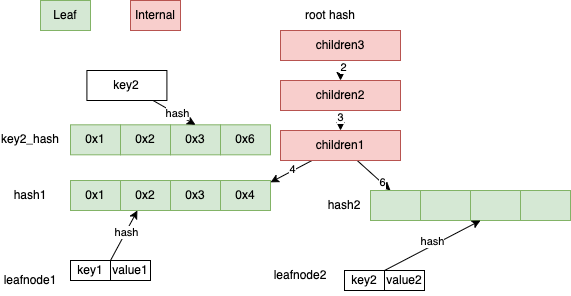
Earlier version of the draw.io export static/img/smt/two_leaf_insert.png (starcoinorg/starcoin-cookbook). Source tidied: cells renumbered, new cells last; positions are measured from the earlier drawing's top-left corner, leaving out a move shared by most shapes. Its diagram source:
```xml
<mxGraphModel>
  <root>
    <mxCell id="0" />
    <mxCell id="1" parent="0" />
    <mxCell id="2" value="0x1" style="rounded=0;whiteSpace=wrap;html=1;fillColor=#d5e8d4;strokeColor=#82b366;" parent="1" vertex="1">
      <mxGeometry x="70" y="180" width="50" height="30" as="geometry" />
    </mxCell>
    <mxCell id="3" style="edgeStyle=none;rounded=0;jettySize=auto;html=1;exitX=0;exitY=0;exitDx=0;exitDy=0;" parent="1" edge="1" source="9" target="5">
      <mxGeometry relative="1" as="geometry" />
    </mxCell>
    <mxCell id="4" value="hash" style="edgeLabel;html=1;align=center;verticalAlign=middle;" parent="3" vertex="1">
      <mxGeometry x="0.12" relative="1" as="geometry" />
    </mxCell>
    <mxCell id="5" value="0x2" style="rounded=0;whiteSpace=wrap;html=1;fillColor=#d5e8d4;strokeColor=#82b366;" parent="1" vertex="1">
      <mxGeometry x="120" y="180" width="50" height="30" as="geometry" />
    </mxCell>
    <mxCell id="6" value="0x3" style="rounded=0;whiteSpace=wrap;html=1;fillColor=#d5e8d4;strokeColor=#82b366;" parent="1" vertex="1">
      <mxGeometry x="170" y="180" width="50" height="30" as="geometry" />
    </mxCell>
    <mxCell id="7" value="0x4" style="rounded=0;whiteSpace=wrap;html=1;fillColor=#d5e8d4;strokeColor=#82b366;" parent="1" vertex="1">
      <mxGeometry x="220" y="180" width="50" height="30" as="geometry" />
    </mxCell>
    <mxCell id="8" value="key1" style="rounded=0;whiteSpace=wrap;html=1;" parent="1" vertex="1">
      <mxGeometry x="70" y="260" width="40" height="20" as="geometry" />
    </mxCell>
    <mxCell id="9" value="value1" style="rounded=0;whiteSpace=wrap;html=1;" parent="1" vertex="1">
      <mxGeometry x="110" y="260" width="40" height="20" as="geometry" />
    </mxCell>
    <mxCell id="10" value="Leaf" style="rounded=0;whiteSpace=wrap;html=1;fillColor=#d5e8d4;strokeColor=#82b366;" parent="1" vertex="1">
      <mxGeometry x="40" width="50" height="30" as="geometry" />
    </mxCell>
    <mxCell id="11" value="Internal" style="rounded=0;whiteSpace=wrap;html=1;fillColor=#f8cecc;strokeColor=#b85450;" parent="1" vertex="1">
      <mxGeometry x="130" width="50" height="30" as="geometry" />
    </mxCell>
    <mxCell id="12" value="key2" style="rounded=0;whiteSpace=wrap;html=1;" parent="1" vertex="1">
      <mxGeometry x="344" y="270" width="40" height="20" as="geometry" />
    </mxCell>
    <mxCell id="13" value="value2" style="rounded=0;whiteSpace=wrap;html=1;" parent="1" vertex="1">
      <mxGeometry x="384" y="270" width="40" height="20" as="geometry" />
    </mxCell>
    <mxCell id="14" style="edgeStyle=none;rounded=0;jettySize=auto;html=1;" parent="1" edge="1" source="18" target="7">
      <mxGeometry relative="1" as="geometry" />
    </mxCell>
    <mxCell id="15" value="4" style="edgeLabel;html=1;align=center;verticalAlign=middle;" parent="14" vertex="1">
      <mxGeometry x="-0.07" y="-2" relative="1" as="geometry" />
    </mxCell>
    <mxCell id="16" style="edgeStyle=none;rounded=0;jettySize=auto;html=1;" parent="1" edge="1" source="18">
      <mxGeometry relative="1" as="geometry">
        <mxPoint x="390" y="190" as="targetPoint" />
      </mxGeometry>
    </mxCell>
    <mxCell id="17" value="6" style="edgeLabel;html=1;align=center;verticalAlign=middle;" parent="16" vertex="1">
      <mxGeometry x="0.2" y="1" relative="1" as="geometry">
        <mxPoint x="4" y="4" as="offset" />
      </mxGeometry>
    </mxCell>
    <mxCell id="18" value="children1" style="rounded=0;whiteSpace=wrap;html=1;fillColor=#f8cecc;strokeColor=#b85450;" parent="1" vertex="1">
      <mxGeometry x="280" y="130" width="120" height="30" as="geometry" />
    </mxCell>
    <mxCell id="19" style="edgeStyle=none;rounded=0;jettySize=auto;html=1;" parent="1" edge="1" source="21" target="18">
      <mxGeometry relative="1" as="geometry" />
    </mxCell>
    <mxCell id="20" value="3" style="edgeLabel;html=1;align=center;verticalAlign=middle;" parent="19" vertex="1">
      <mxGeometry x="-0.4" y="-1" relative="1" as="geometry" />
    </mxCell>
    <mxCell id="21" value="children2" style="rounded=0;whiteSpace=wrap;html=1;fillColor=#f8cecc;strokeColor=#b85450;" parent="1" vertex="1">
      <mxGeometry x="280" y="80" width="120" height="30" as="geometry" />
    </mxCell>
    <mxCell id="22" style="edgeStyle=none;rounded=0;jettySize=auto;html=1;" parent="1" edge="1" source="24" target="21">
      <mxGeometry relative="1" as="geometry" />
    </mxCell>
    <mxCell id="23" value="2" style="edgeLabel;html=1;align=center;verticalAlign=middle;" parent="22" vertex="1">
      <mxGeometry x="-0.4" y="2" relative="1" as="geometry" />
    </mxCell>
    <mxCell id="24" value="children3" style="rounded=0;whiteSpace=wrap;html=1;fillColor=#f8cecc;strokeColor=#b85450;" parent="1" vertex="1">
      <mxGeometry x="280" y="30" width="120" height="30" as="geometry" />
    </mxCell>
    <mxCell id="25" value="leafnode1" style="text;html=1;strokeColor=none;fillColor=none;align=center;verticalAlign=middle;whiteSpace=wrap;rounded=0;" parent="1" vertex="1">
      <mxGeometry y="265" width="60" height="30" as="geometry" />
    </mxCell>
    <mxCell id="26" value="leafnode2" style="text;html=1;strokeColor=none;fillColor=none;align=center;verticalAlign=middle;whiteSpace=wrap;rounded=0;" parent="1" vertex="1">
      <mxGeometry x="270" y="260" width="60" height="30" as="geometry" />
    </mxCell>
    <mxCell id="27" value="0x1" style="rounded=0;whiteSpace=wrap;html=1;fillColor=#d5e8d4;strokeColor=#82b366;" parent="1" vertex="1">
      <mxGeometry x="70" y="124.3" width="50" height="30" as="geometry" />
    </mxCell>
    <mxCell id="28" value="0x2" style="rounded=0;whiteSpace=wrap;html=1;fillColor=#d5e8d4;strokeColor=#82b366;" parent="1" vertex="1">
      <mxGeometry x="120" y="124.3" width="50" height="30" as="geometry" />
    </mxCell>
    <mxCell id="29" value="0x3" style="rounded=0;whiteSpace=wrap;html=1;fillColor=#d5e8d4;strokeColor=#82b366;" parent="1" vertex="1">
      <mxGeometry x="170" y="124.3" width="50" height="30" as="geometry" />
    </mxCell>
    <mxCell id="30" value="0x6" style="rounded=0;whiteSpace=wrap;html=1;fillColor=#d5e8d4;strokeColor=#82b366;" parent="1" vertex="1">
      <mxGeometry x="220" y="124.3" width="50" height="30" as="geometry" />
    </mxCell>
    <mxCell id="31" style="edgeStyle=none;rounded=0;jettySize=auto;html=1;entryX=0.5;entryY=0;entryDx=0;entryDy=0;" parent="1" edge="1" source="33" target="29">
      <mxGeometry relative="1" as="geometry" />
    </mxCell>
    <mxCell id="32" value="hash" style="edgeLabel;html=1;align=center;verticalAlign=middle;" parent="31" vertex="1">
      <mxGeometry x="0.1" y="1" relative="1" as="geometry" />
    </mxCell>
    <mxCell id="33" value="key2" style="rounded=0;whiteSpace=wrap;html=1;" parent="1" vertex="1">
      <mxGeometry x="86.4" y="70" width="80" height="30" as="geometry" />
    </mxCell>
    <mxCell id="34" value="root hash" style="text;html=1;strokeColor=none;fillColor=none;align=center;verticalAlign=middle;whiteSpace=wrap;rounded=0;" parent="1" vertex="1">
      <mxGeometry x="300" width="60" height="30" as="geometry" />
    </mxCell>
    <mxCell id="35" value="hash1" style="text;html=1;strokeColor=none;fillColor=none;align=center;verticalAlign=middle;whiteSpace=wrap;rounded=0;" parent="1" vertex="1">
      <mxGeometry y="180" width="60" height="30" as="geometry" />
    </mxCell>
    <mxCell id="36" value="key2_hash" style="text;html=1;strokeColor=none;fillColor=none;align=center;verticalAlign=middle;whiteSpace=wrap;rounded=0;" parent="1" vertex="1">
      <mxGeometry y="124.3" width="60" height="30" as="geometry" />
    </mxCell>
    <mxCell id="37" style="rounded=0;whiteSpace=wrap;html=1;fillColor=#d5e8d4;strokeColor=#82b366;" parent="1" vertex="1">
      <mxGeometry x="370" y="190" width="50" height="30" as="geometry" />
    </mxCell>
    <mxCell id="38" style="rounded=0;whiteSpace=wrap;html=1;fillColor=#d5e8d4;strokeColor=#82b366;" parent="1" vertex="1">
      <mxGeometry x="420" y="190" width="50" height="30" as="geometry" />
    </mxCell>
    <mxCell id="39" style="rounded=0;whiteSpace=wrap;html=1;fillColor=#d5e8d4;strokeColor=#82b366;" parent="1" vertex="1">
      <mxGeometry x="470" y="190" width="50" height="30" as="geometry" />
    </mxCell>
    <mxCell id="40" style="rounded=0;whiteSpace=wrap;html=1;fillColor=#d5e8d4;strokeColor=#82b366;" parent="1" vertex="1">
      <mxGeometry x="520" y="190" width="50" height="30" as="geometry" />
    </mxCell>
    <mxCell id="41" value="hash2" style="text;html=1;strokeColor=none;fillColor=none;align=center;verticalAlign=middle;whiteSpace=wrap;rounded=0;" parent="1" vertex="1">
      <mxGeometry x="313.5" y="190" width="60" height="30" as="geometry" />
    </mxCell>
    <mxCell id="42" style="endArrow=classic;html=1;rounded=0;exitX=0;exitY=0;exitDx=0;exitDy=0;" parent="1" edge="1" source="13">
      <mxGeometry relative="1" as="geometry">
        <mxPoint x="480" y="220" as="targetPoint" />
      </mxGeometry>
    </mxCell>
    <mxCell id="43" value="hash" style="edgeLabel;html=1;align=center;verticalAlign=middle;" parent="42" vertex="1">
      <mxGeometry x="0.04" y="4" relative="1" as="geometry" />
    </mxCell>
  </root>
</mxGraphModel>
```
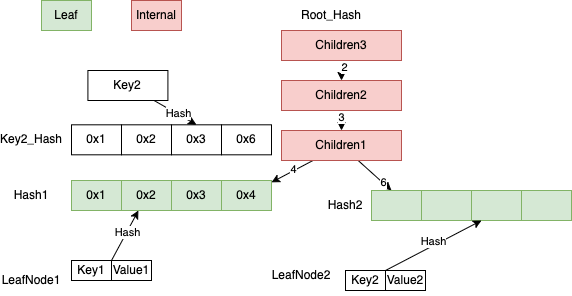
Later version of the same file.

What changed in the source:
```diff
@@ -8,7 +8,7 @@
     <mxCell id="3" style="edgeStyle=none;rounded=0;jettySize=auto;html=1;exitX=0;exitY=0;exitDx=0;exitDy=0;" parent="1" edge="1" source="9" target="5">
       <mxGeometry relative="1" as="geometry" />
     </mxCell>
-    <mxCell id="4" value="hash" style="edgeLabel;html=1;align=center;verticalAlign=middle;" parent="3" vertex="1">
+    <mxCell id="4" value="Hash" style="edgeLabel;html=1;align=center;verticalAlign=middle;" parent="3" vertex="1">
       <mxGeometry x="0.12" relative="1" as="geometry" />
     </mxCell>
     <mxCell id="5" value="0x2" style="rounded=0;whiteSpace=wrap;html=1;fillColor=#d5e8d4;strokeColor=#82b366;" parent="1" vertex="1">
@@ -20,10 +20,10 @@
     <mxCell id="7" value="0x4" style="rounded=0;whiteSpace=wrap;html=1;fillColor=#d5e8d4;strokeColor=#82b366;" parent="1" vertex="1">
       <mxGeometry x="220" y="180" width="50" height="30" as="geometry" />
     </mxCell>
-    <mxCell id="8" value="key1" style="rounded=0;whiteSpace=wrap;html=1;" parent="1" vertex="1">
+    <mxCell id="8" value="Key1" style="rounded=0;whiteSpace=wrap;html=1;" parent="1" vertex="1">
       <mxGeometry x="70" y="260" width="40" height="20" as="geometry" />
     </mxCell>
-    <mxCell id="9" value="value1" style="rounded=0;whiteSpace=wrap;html=1;" parent="1" vertex="1">
+    <mxCell id="9" value="Value1" style="rounded=0;whiteSpace=wrap;html=1;" parent="1" vertex="1">
       <mxGeometry x="110" y="260" width="40" height="20" as="geometry" />
     </mxCell>
     <mxCell id="10" value="Leaf" style="rounded=0;whiteSpace=wrap;html=1;fillColor=#d5e8d4;strokeColor=#82b366;" parent="1" vertex="1">
@@ -32,10 +32,10 @@
     <mxCell id="11" value="Internal" style="rounded=0;whiteSpace=wrap;html=1;fillColor=#f8cecc;strokeColor=#b85450;" parent="1" vertex="1">
       <mxGeometry x="130" width="50" height="30" as="geometry" />
     </mxCell>
-    <mxCell id="12" value="key2" style="rounded=0;whiteSpace=wrap;html=1;" parent="1" vertex="1">
+    <mxCell id="12" value="Key2" style="rounded=0;whiteSpace=wrap;html=1;" parent="1" vertex="1">
       <mxGeometry x="344" y="270" width="40" height="20" as="geometry" />
     </mxCell>
-    <mxCell id="13" value="value2" style="rounded=0;whiteSpace=wrap;html=1;" parent="1" vertex="1">
+    <mxCell id="13" value="Value2" style="rounded=0;whiteSpace=wrap;html=1;" parent="1" vertex="1">
       <mxGeometry x="384" y="270" width="40" height="20" as="geometry" />
     </mxCell>
     <mxCell id="14" style="edgeStyle=none;rounded=0;jettySize=auto;html=1;" parent="1" edge="1" source="18" target="7">
@@ -54,7 +54,7 @@
         <mxPoint x="4" y="4" as="offset" />
       </mxGeometry>
     </mxCell>
-    <mxCell id="18" value="children1" style="rounded=0;whiteSpace=wrap;html=1;fillColor=#f8cecc;strokeColor=#b85450;" parent="1" vertex="1">
+    <mxCell id="18" value="Children1" style="rounded=0;whiteSpace=wrap;html=1;fillColor=#f8cecc;strokeColor=#b85450;" parent="1" vertex="1">
       <mxGeometry x="280" y="130" width="120" height="30" as="geometry" />
     </mxCell>
     <mxCell id="19" style="edgeStyle=none;rounded=0;jettySize=auto;html=1;" parent="1" edge="1" source="21" target="18">
@@ -63,7 +63,7 @@
     <mxCell id="20" value="3" style="edgeLabel;html=1;align=center;verticalAlign=middle;" parent="19" vertex="1">
       <mxGeometry x="-0.4" y="-1" relative="1" as="geometry" />
     </mxCell>
-    <mxCell id="21" value="children2" style="rounded=0;whiteSpace=wrap;html=1;fillColor=#f8cecc;strokeColor=#b85450;" parent="1" vertex="1">
+    <mxCell id="21" value="Children2" style="rounded=0;whiteSpace=wrap;html=1;fillColor=#f8cecc;strokeColor=#b85450;" parent="1" vertex="1">
       <mxGeometry x="280" y="80" width="120" height="30" as="geometry" />
     </mxCell>
     <mxCell id="22" style="edgeStyle=none;rounded=0;jettySize=auto;html=1;" parent="1" edge="1" source="24" target="21">
@@ -72,43 +72,43 @@
     <mxCell id="23" value="2" style="edgeLabel;html=1;align=center;verticalAlign=middle;" parent="22" vertex="1">
       <mxGeometry x="-0.4" y="2" relative="1" as="geometry" />
     </mxCell>
-    <mxCell id="24" value="children3" style="rounded=0;whiteSpace=wrap;html=1;fillColor=#f8cecc;strokeColor=#b85450;" parent="1" vertex="1">
+    <mxCell id="24" value="Children3" style="rounded=0;whiteSpace=wrap;html=1;fillColor=#f8cecc;strokeColor=#b85450;" parent="1" vertex="1">
       <mxGeometry x="280" y="30" width="120" height="30" as="geometry" />
     </mxCell>
-    <mxCell id="25" value="leafnode1" style="text;html=1;strokeColor=none;fillColor=none;align=center;verticalAlign=middle;whiteSpace=wrap;rounded=0;" parent="1" vertex="1">
+    <mxCell id="25" value="LeafNode1" style="text;html=1;strokeColor=none;fillColor=none;align=center;verticalAlign=middle;whiteSpace=wrap;rounded=0;" parent="1" vertex="1">
       <mxGeometry y="265" width="60" height="30" as="geometry" />
     </mxCell>
-    <mxCell id="26" value="leafnode2" style="text;html=1;strokeColor=none;fillColor=none;align=center;verticalAlign=middle;whiteSpace=wrap;rounded=0;" parent="1" vertex="1">
+    <mxCell id="26" value="LeafNode2" style="text;html=1;strokeColor=none;fillColor=none;align=center;verticalAlign=middle;whiteSpace=wrap;rounded=0;" parent="1" vertex="1">
       <mxGeometry x="270" y="260" width="60" height="30" as="geometry" />
     </mxCell>
-    <mxCell id="27" value="0x1" style="rounded=0;whiteSpace=wrap;html=1;fillColor=#d5e8d4;strokeColor=#82b366;" parent="1" vertex="1">
+    <mxCell id="27" value="0x1" style="rounded=0;whiteSpace=wrap;html=1;" parent="1" vertex="1">
       <mxGeometry x="70" y="124.3" width="50" height="30" as="geometry" />
     </mxCell>
-    <mxCell id="28" value="0x2" style="rounded=0;whiteSpace=wrap;html=1;fillColor=#d5e8d4;strokeColor=#82b366;" parent="1" vertex="1">
+    <mxCell id="28" value="0x2" style="rounded=0;whiteSpace=wrap;html=1;" parent="1" vertex="1">
       <mxGeometry x="120" y="124.3" width="50" height="30" as="geometry" />
     </mxCell>
-    <mxCell id="29" value="0x3" style="rounded=0;whiteSpace=wrap;html=1;fillColor=#d5e8d4;strokeColor=#82b366;" parent="1" vertex="1">
+    <mxCell id="29" value="0x3" style="rounded=0;whiteSpace=wrap;html=1;" parent="1" vertex="1">
       <mxGeometry x="170" y="124.3" width="50" height="30" as="geometry" />
     </mxCell>
-    <mxCell id="30" value="0x6" style="rounded=0;whiteSpace=wrap;html=1;fillColor=#d5e8d4;strokeColor=#82b366;" parent="1" vertex="1">
+    <mxCell id="30" value="0x6" style="rounded=0;whiteSpace=wrap;html=1;" parent="1" vertex="1">
       <mxGeometry x="220" y="124.3" width="50" height="30" as="geometry" />
     </mxCell>
     <mxCell id="31" style="edgeStyle=none;rounded=0;jettySize=auto;html=1;entryX=0.5;entryY=0;entryDx=0;entryDy=0;" parent="1" edge="1" source="33" target="29">
       <mxGeometry relative="1" as="geometry" />
     </mxCell>
-    <mxCell id="32" value="hash" style="edgeLabel;html=1;align=center;verticalAlign=middle;" parent="31" vertex="1">
+    <mxCell id="32" value="Hash" style="edgeLabel;html=1;align=center;verticalAlign=middle;" parent="31" vertex="1">
       <mxGeometry x="0.1" y="1" relative="1" as="geometry" />
     </mxCell>
-    <mxCell id="33" value="key2" style="rounded=0;whiteSpace=wrap;html=1;" parent="1" vertex="1">
+    <mxCell id="33" value="Key2" style="rounded=0;whiteSpace=wrap;html=1;" parent="1" vertex="1">
       <mxGeometry x="86.4" y="70" width="80" height="30" as="geometry" />
     </mxCell>
-    <mxCell id="34" value="root hash" style="text;html=1;strokeColor=none;fillColor=none;align=center;verticalAlign=middle;whiteSpace=wrap;rounded=0;" parent="1" vertex="1">
+    <mxCell id="34" value="Root_Hash" style="text;html=1;strokeColor=none;fillColor=none;align=center;verticalAlign=middle;whiteSpace=wrap;rounded=0;" parent="1" vertex="1">
       <mxGeometry x="300" width="60" height="30" as="geometry" />
     </mxCell>
-    <mxCell id="35" value="hash1" style="text;html=1;strokeColor=none;fillColor=none;align=center;verticalAlign=middle;whiteSpace=wrap;rounded=0;" parent="1" vertex="1">
+    <mxCell id="35" value="Hash1" style="text;html=1;strokeColor=none;fillColor=none;align=center;verticalAlign=middle;whiteSpace=wrap;rounded=0;" parent="1" vertex="1">
       <mxGeometry y="180" width="60" height="30" as="geometry" />
     </mxCell>
-    <mxCell id="36" value="key2_hash" style="text;html=1;strokeColor=none;fillColor=none;align=center;verticalAlign=middle;whiteSpace=wrap;rounded=0;" parent="1" vertex="1">
+    <mxCell id="36" value="Key2_Hash" style="text;html=1;strokeColor=none;fillColor=none;align=center;verticalAlign=middle;whiteSpace=wrap;rounded=0;" parent="1" vertex="1">
       <mxGeometry y="124.3" width="60" height="30" as="geometry" />
     </mxCell>
     <mxCell id="37" style="rounded=0;whiteSpace=wrap;html=1;fillColor=#d5e8d4;strokeColor=#82b366;" parent="1" vertex="1">
@@ -123,7 +123,7 @@
     <mxCell id="40" style="rounded=0;whiteSpace=wrap;html=1;fillColor=#d5e8d4;strokeColor=#82b366;" parent="1" vertex="1">
       <mxGeometry x="520" y="190" width="50" height="30" as="geometry" />
     </mxCell>
-    <mxCell id="41" value="hash2" style="text;html=1;strokeColor=none;fillColor=none;align=center;verticalAlign=middle;whiteSpace=wrap;rounded=0;" parent="1" vertex="1">
+    <mxCell id="41" value="Hash2" style="text;html=1;strokeColor=none;fillColor=none;align=center;verticalAlign=middle;whiteSpace=wrap;rounded=0;" parent="1" vertex="1">
       <mxGeometry x="313.5" y="190" width="60" height="30" as="geometry" />
     </mxCell>
     <mxCell id="42" style="endArrow=classic;html=1;rounded=0;exitX=0;exitY=0;exitDx=0;exitDy=0;" parent="1" edge="1" source="13">
@@ -131,7 +131,7 @@
         <mxPoint x="480" y="220" as="targetPoint" />
       </mxGeometry>
     </mxCell>
-    <mxCell id="43" value="hash" style="edgeLabel;html=1;align=center;verticalAlign=middle;" parent="42" vertex="1">
+    <mxCell id="43" value="Hash" style="edgeLabel;html=1;align=center;verticalAlign=middle;" parent="42" vertex="1">
       <mxGeometry x="0.04" y="4" relative="1" as="geometry" />
     </mxCell>
   </root>
```
